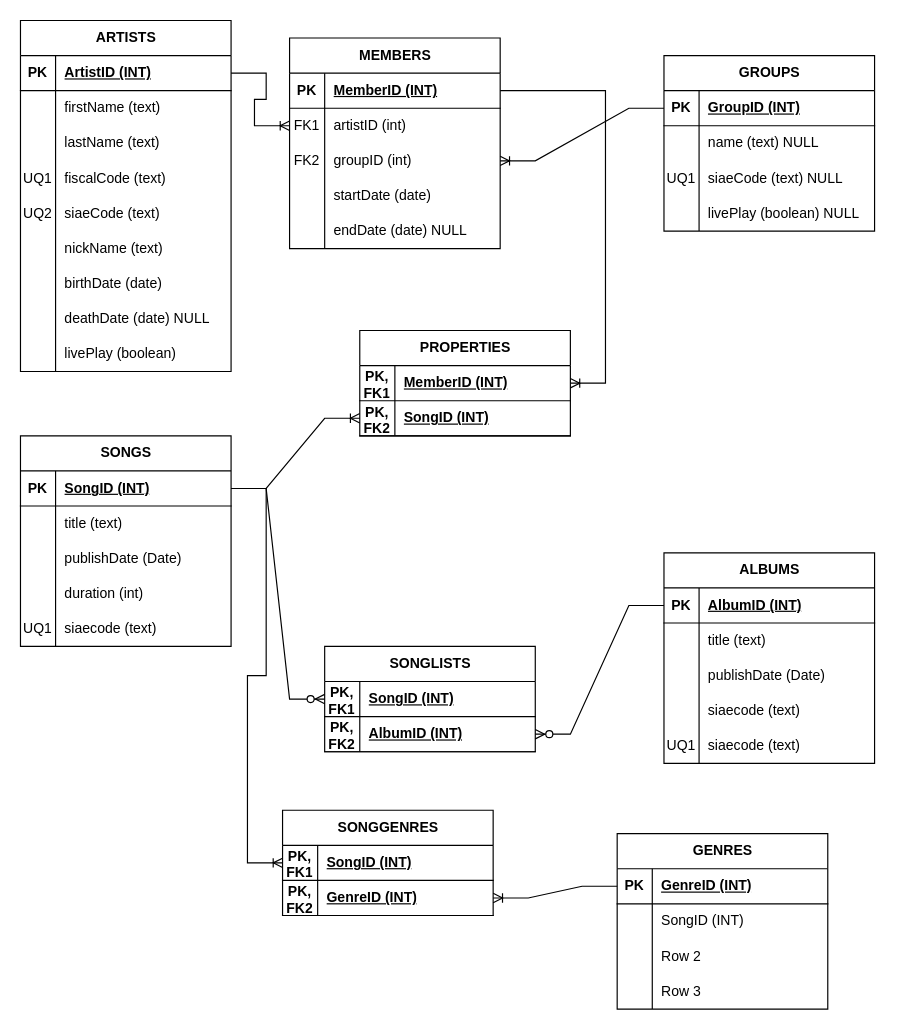
Before: Record Company.drawio in federico-mariconti/SIAM-1838, a draw.io diagram. Source tidied: cells renumbered, new cells numbered last; positions are measured from the earlier drawing's top-left corner, leaving out a move shared by most shapes. Both pictures are drawn from the tidied source at 117%, with x=0, y=0 at pixel (20, 20).
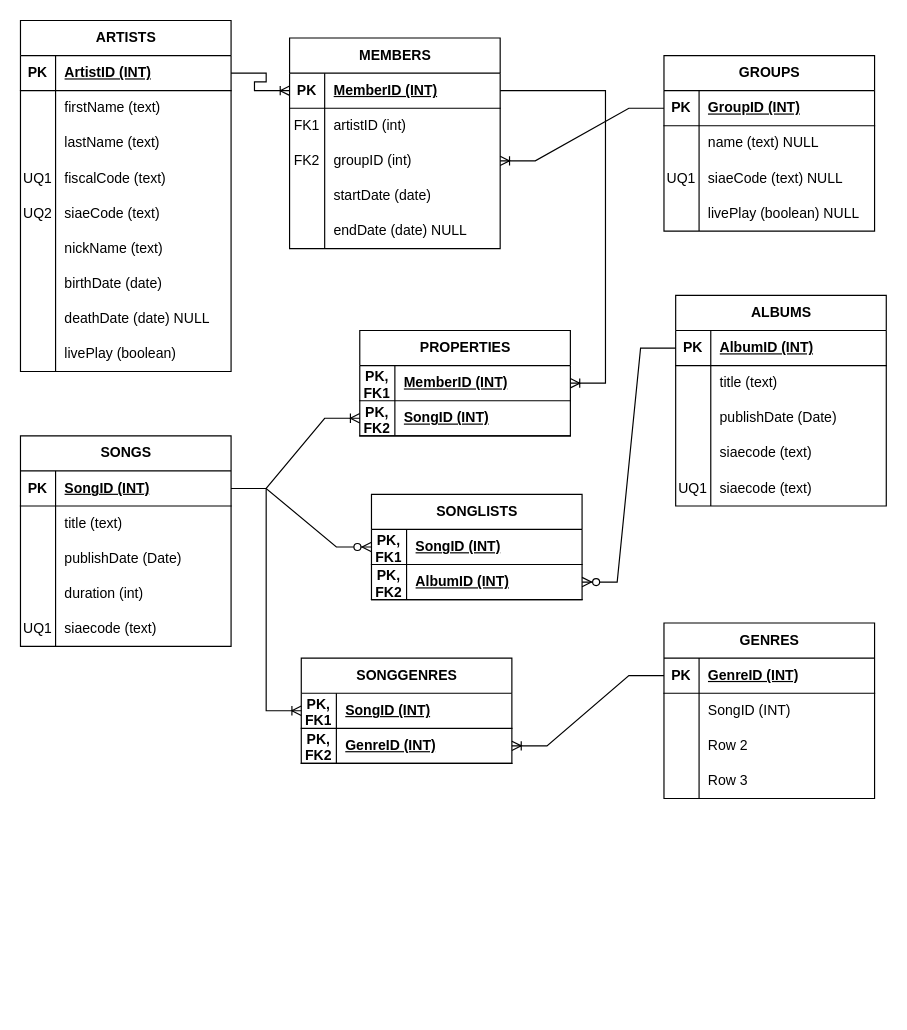
The same diagram, later.

The change refers to these unchanged cells:
```xml
<mxCell id="3" style="shape=tableRow;horizontal=0;startSize=0;swimlaneHead=0;swimlaneBody=0;fillColor=none;points=[[0,0.5],[1,0.5]];portConstraint=eastwest;top=0;left=0;right=0;bottom=1;" parent="2" vertex="1">
  <mxGeometry y="30" width="180" height="30" as="geometry" />
</mxCell>
<mxCell id="44" style="shape=tableRow;horizontal=0;startSize=0;swimlaneHead=0;swimlaneBody=0;fillColor=none;points=[[0,0.5],[1,0.5]];portConstraint=eastwest;top=0;left=0;right=0;bottom=1;" parent="43" vertex="1">
  <mxGeometry y="30" width="180" height="30" as="geometry" />
</mxCell>
<mxCell id="47" style="shape=tableRow;horizontal=0;startSize=0;swimlaneHead=0;swimlaneBody=0;fillColor=none;points=[[0,0.5],[1,0.5]];portConstraint=eastwest;top=0;left=0;right=0;bottom=0;" parent="43" vertex="1">
  <mxGeometry y="60" width="180" height="30" as="geometry" />
</mxCell>
```

What changed in the source:
```diff
@@
     <mxCell id="76" value="ALBUMS" style="shape=table;startSize=30;childLayout=tableLayout;rowLines=0;fontStyle=1;align=center;html=1;" parent="1" vertex="1">
-      <mxGeometry x="550" y="455" width="180" height="180" as="geometry" />
+      <mxGeometry x="560" y="235" width="180" height="180" as="geometry" />
     </mxCell>
@@
     <mxCell id="92" value="SONGLISTS" style="shape=table;startSize=30;childLayout=tableLayout;rowLines=0;fontStyle=1;align=center;html=1;" parent="1" vertex="1">
-      <mxGeometry x="260" y="535" width="180" height="90" as="geometry" />
+      <mxGeometry x="300" y="405" width="180" height="90" as="geometry" />
     </mxCell>
@@
     <mxCell id="101" value="GENRES" style="shape=table;startSize=30;childLayout=tableLayout;rowLines=0;fontStyle=1;align=center;html=1;" parent="1" vertex="1">
-      <mxGeometry x="510" y="695" width="180" height="150" as="geometry" />
+      <mxGeometry x="550" y="515" width="180" height="150" as="geometry" />
     </mxCell>
@@
     <mxCell id="114" value="SONGGENRES" style="shape=table;startSize=30;childLayout=tableLayout;rowLines=0;fontStyle=1;align=center;html=1;" parent="1" vertex="1">
-      <mxGeometry x="224" y="675" width="180" height="90" as="geometry" />
+      <mxGeometry x="240" y="545" width="180" height="90" as="geometry" />
     </mxCell>
@@
-    <mxCell id="123" style="edgeStyle=entityRelationEdgeStyle;fontSize=12;html=1;endArrow=ERoneToMany;rounded=0;" parent="1" edge="1" source="3" target="47">
-      <mxGeometry relative="1" as="geometry" />
+    <mxCell id="123" style="edgeStyle=entityRelationEdgeStyle;fontSize=12;html=1;endArrow=ERoneToMany;rounded=0;" parent="1" edge="1" source="3" target="44">
+      <mxGeometry relative="1" as="geometry">
+        <Array as="points">
+          <mxPoint x="210" y="55" />
+          <mxPoint x="260" y="75" />
+          <mxPoint x="210" y="85" />
+        </Array>
+      </mxGeometry>
     </mxCell>
```
